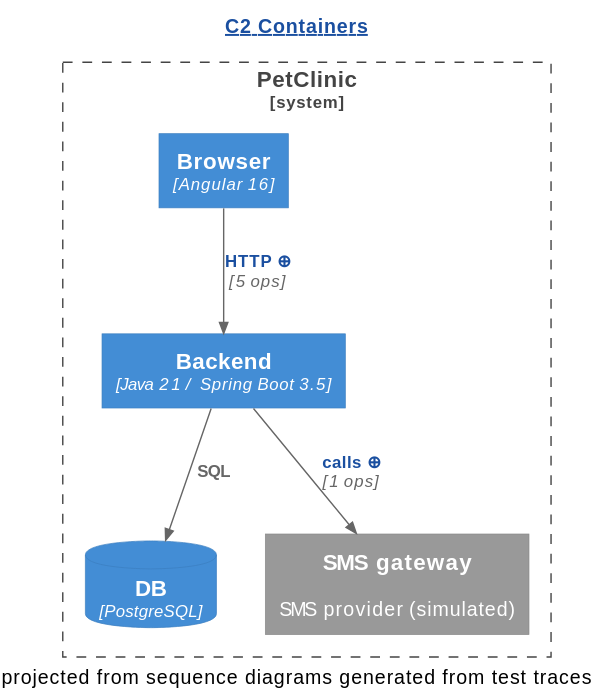
Before: demo/petclinic-pr/assets/c2/C2-Containers.old.svg, a diagram exported from PlantUML (victorrentea/human-review).
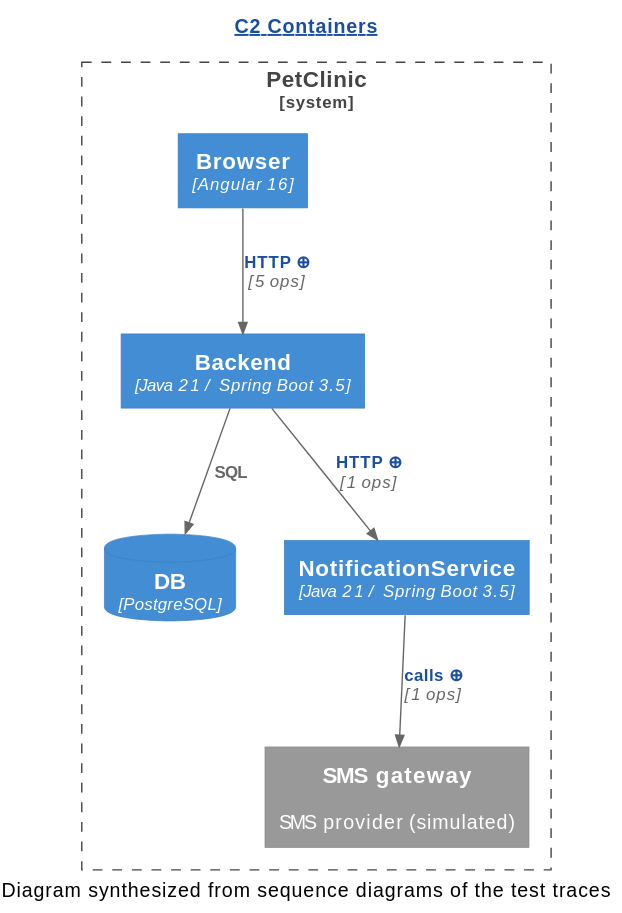
After the change.

The edit, as a diff of the source:
```diff
@@ -8,10 +8,12 @@
   Container(Backend, "Backend", "Java 21 / Spring Boot 3.5", "")
   Container(Browser, "Browser", "Angular 16", "")
   ContainerDb(DB, "DB", "PostgreSQL", "")
+  Container(NotificationService, "NotificationService", "Java 21 / Spring Boot 3.5", "")
   System_Ext(SMS_gateway, "SMS gateway", "SMS provider (simulated)", "")
 }
 Rel(Backend, DB, "SQL", "")
-Rel(Backend, SMS_gateway, "[[genseq://c2-7bea663a3f{Click for the calls behind this line} calls ⊕]]", "1 ops")
+Rel(Backend, NotificationService, "[[genseq://c2-279a196c9d{Click for the calls behind this line} HTTP ⊕]]", "1 ops")
 Rel(Browser, Backend, "[[genseq://c2-fb35163739{Click for the calls behind this line} HTTP ⊕]]", "5 ops")
-caption projected from sequence diagrams generated from test traces
+Rel(NotificationService, SMS_gateway, "[[genseq://c2-cb01a30b7a{Click for the calls behind this line} calls ⊕]]", "1 ops")
+caption Diagram synthesized from sequence diagrams of the test traces
 @enduml
```
